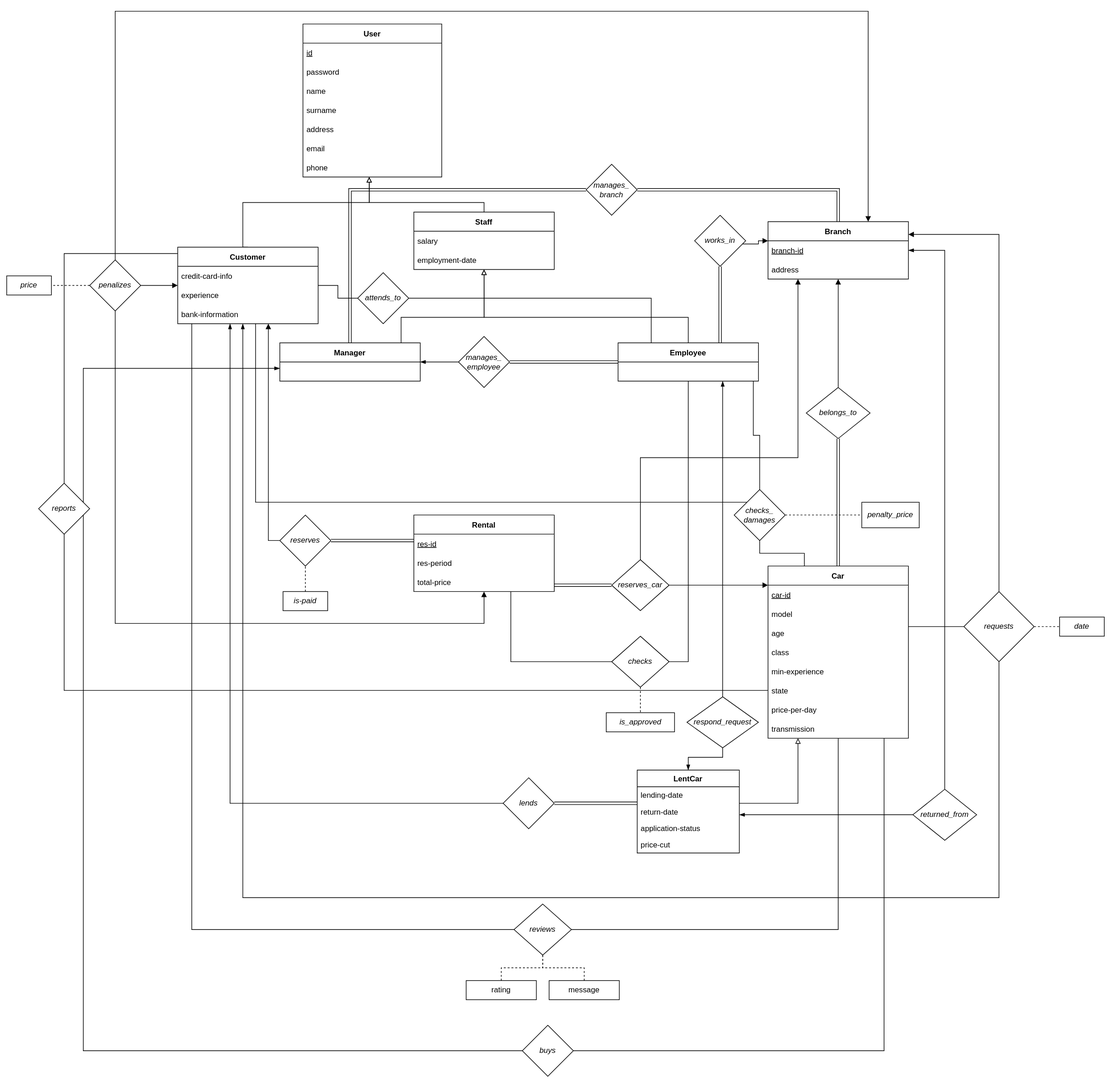
cs353rental/cs353rental.github.io keeps this draw.io diagram as resources/CS353_group-15_revised_ER.drawio.svg. Above is the earlier version. Source tidied: cells renumbered, new cells last; positions are measured from the earlier drawing's top-left corner, leaving out a move shared by most shapes.
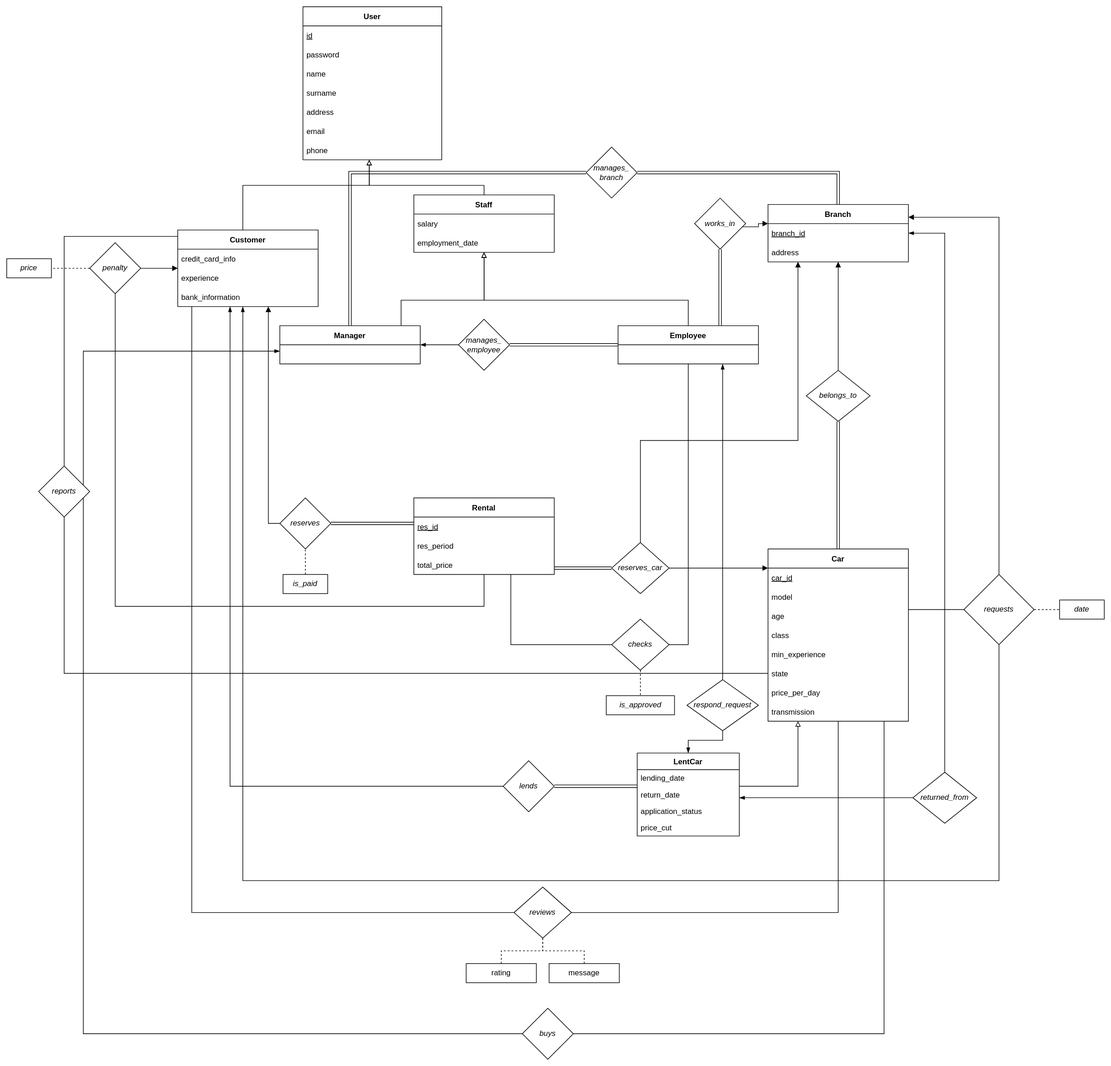
The same diagram one commit later.

Change to the diagram source:
```diff
@@ -38,31 +38,31 @@
     <mxCell id="11" value="Customer" style="swimlane;fontStyle=1;horizontal=1;startSize=30;" parent="1" vertex="1">
       <mxGeometry x="268" y="370" width="220" height="120" as="geometry" />
     </mxCell>
-    <mxCell id="12" value="credit-card-info" style="text;strokeColor=none;fillColor=none;align=left;verticalAlign=middle;spacingLeft=4;spacingRight=4;overflow=hidden;" parent="11" vertex="1">
+    <mxCell id="12" value="credit_card_info" style="text;strokeColor=none;fillColor=none;align=left;verticalAlign=middle;spacingLeft=4;spacingRight=4;overflow=hidden;" parent="11" vertex="1">
       <mxGeometry y="30" width="220" height="30" as="geometry" />
     </mxCell>
     <mxCell id="13" value="experience" style="text;strokeColor=none;fillColor=none;align=left;verticalAlign=middle;spacingLeft=4;spacingRight=4;overflow=hidden;" parent="11" vertex="1">
       <mxGeometry y="60" width="220" height="30" as="geometry" />
     </mxCell>
-    <mxCell id="14" value="bank-information" style="text;strokeColor=none;fillColor=none;align=left;verticalAlign=middle;spacingLeft=4;spacingRight=4;overflow=hidden;" parent="11" vertex="1">
+    <mxCell id="14" value="bank_information" style="text;strokeColor=none;fillColor=none;align=left;verticalAlign=middle;spacingLeft=4;spacingRight=4;overflow=hidden;" parent="11" vertex="1">
       <mxGeometry y="90" width="220" height="30" as="geometry" />
     </mxCell>
     <mxCell id="15" value="Rental" style="swimlane;fontStyle=1;horizontal=1;startSize=30;" parent="1" vertex="1">
       <mxGeometry x="638" y="790" width="220" height="120" as="geometry" />
     </mxCell>
-    <mxCell id="16" value="res-id" style="text;strokeColor=none;fillColor=none;align=left;verticalAlign=middle;spacingLeft=4;spacingRight=4;overflow=hidden;fontStyle=4;" parent="15" vertex="1">
+    <mxCell id="16" value="res_id" style="text;strokeColor=none;fillColor=none;align=left;verticalAlign=middle;spacingLeft=4;spacingRight=4;overflow=hidden;fontStyle=4;" parent="15" vertex="1">
       <mxGeometry y="30" width="220" height="30" as="geometry" />
     </mxCell>
-    <mxCell id="17" value="res-period" style="text;strokeColor=none;fillColor=none;align=left;verticalAlign=middle;spacingLeft=4;spacingRight=4;overflow=hidden;" parent="15" vertex="1">
+    <mxCell id="17" value="res_period" style="text;strokeColor=none;fillColor=none;align=left;verticalAlign=middle;spacingLeft=4;spacingRight=4;overflow=hidden;" parent="15" vertex="1">
       <mxGeometry y="60" width="220" height="30" as="geometry" />
     </mxCell>
-    <mxCell id="18" value="total-price" style="text;strokeColor=none;fillColor=none;align=left;verticalAlign=middle;spacingLeft=4;spacingRight=4;overflow=hidden;" parent="15" vertex="1">
+    <mxCell id="18" value="total_price" style="text;strokeColor=none;fillColor=none;align=left;verticalAlign=middle;spacingLeft=4;spacingRight=4;overflow=hidden;" parent="15" vertex="1">
       <mxGeometry y="90" width="220" height="30" as="geometry" />
     </mxCell>
     <mxCell id="19" value="Car" style="swimlane;fontStyle=1;horizontal=1;startSize=30;" parent="1" vertex="1">
       <mxGeometry x="1193" y="870" width="220" height="270" as="geometry" />
     </mxCell>
-    <mxCell id="20" value="car-id" style="text;strokeColor=none;fillColor=none;align=left;verticalAlign=middle;spacingLeft=4;spacingRight=4;overflow=hidden;fontStyle=4;" parent="19" vertex="1">
+    <mxCell id="20" value="car_id" style="text;strokeColor=none;fillColor=none;align=left;verticalAlign=middle;spacingLeft=4;spacingRight=4;overflow=hidden;fontStyle=4;" parent="19" vertex="1">
       <mxGeometry y="30" width="220" height="30" as="geometry" />
     </mxCell>
     <mxCell id="21" value="model" style="text;strokeColor=none;fillColor=none;align=left;verticalAlign=middle;spacingLeft=4;spacingRight=4;overflow=hidden;" parent="19" vertex="1">
@@ -74,13 +74,13 @@
     <mxCell id="23" value="class" style="text;strokeColor=none;fillColor=none;align=left;verticalAlign=middle;spacingLeft=4;spacingRight=4;overflow=hidden;" parent="19" vertex="1">
       <mxGeometry y="120" width="220" height="30" as="geometry" />
     </mxCell>
-    <mxCell id="24" value="min-experience" style="text;strokeColor=none;fillColor=none;align=left;verticalAlign=middle;spacingLeft=4;spacingRight=4;overflow=hidden;" parent="19" vertex="1">
+    <mxCell id="24" value="min_experience" style="text;strokeColor=none;fillColor=none;align=left;verticalAlign=middle;spacingLeft=4;spacingRight=4;overflow=hidden;" parent="19" vertex="1">
       <mxGeometry y="150" width="220" height="30" as="geometry" />
     </mxCell>
     <mxCell id="25" value="state" style="text;strokeColor=none;fillColor=none;align=left;verticalAlign=middle;spacingLeft=4;spacingRight=4;overflow=hidden;points=[[0,0.5],[1,0.5]];portConstraint=eastwest;" parent="19" vertex="1">
       <mxGeometry y="180" width="220" height="30" as="geometry" />
     </mxCell>
-    <mxCell id="26" value="price-per-day" style="text;strokeColor=none;fillColor=none;align=left;verticalAlign=middle;spacingLeft=4;spacingRight=4;overflow=hidden;" parent="19" vertex="1">
+    <mxCell id="26" value="price_per_day" style="text;strokeColor=none;fillColor=none;align=left;verticalAlign=middle;spacingLeft=4;spacingRight=4;overflow=hidden;" parent="19" vertex="1">
       <mxGeometry y="210" width="220" height="30" as="geometry" />
     </mxCell>
     <mxCell id="27" value="transmission" style="text;strokeColor=none;fillColor=none;align=left;verticalAlign=middle;spacingLeft=4;spacingRight=4;overflow=hidden;points=[[0,0.5],[1,0.5]];portConstraint=eastwest;" parent="19" vertex="1">
@@ -109,21 +109,13 @@
     <mxCell id="31" value="salary" style="text;strokeColor=none;fillColor=none;align=left;verticalAlign=middle;spacingLeft=4;spacingRight=4;overflow=hidden;" parent="30" vertex="1">
       <mxGeometry y="30" width="220" height="30" as="geometry" />
     </mxCell>
-    <mxCell id="32" value="employment-date" style="text;strokeColor=none;fillColor=none;align=left;verticalAlign=middle;spacingLeft=4;spacingRight=4;overflow=hidden;" parent="30" vertex="1">
+    <mxCell id="32" value="employment_date" style="text;strokeColor=none;fillColor=none;align=left;verticalAlign=middle;spacingLeft=4;spacingRight=4;overflow=hidden;" parent="30" vertex="1">
       <mxGeometry y="60" width="220" height="30" as="geometry" />
     </mxCell>
-    <mxCell id="33" style="edgeStyle=orthogonalEdgeStyle;rounded=0;jettySize=auto;html=1;entryX=0.5;entryY=0;entryDx=0;entryDy=0;startArrow=block;startFill=1;endArrow=none;endFill=0;" parent="1" edge="1" source="34" target="72">
-      <mxGeometry relative="1" as="geometry">
-        <Array as="points">
-          <mxPoint x="1350" />
-          <mxPoint x="170" />
-        </Array>
-      </mxGeometry>
-    </mxCell>
     <mxCell id="34" value="Branch" style="swimlane;fontStyle=1;horizontal=1;startSize=30;" parent="1" vertex="1">
       <mxGeometry x="1193" y="330" width="220" height="90" as="geometry" />
     </mxCell>
-    <mxCell id="35" value="branch-id" style="text;strokeColor=none;fillColor=none;align=left;verticalAlign=middle;spacingLeft=4;spacingRight=4;overflow=hidden;fontStyle=4;" parent="34" vertex="1">
+    <mxCell id="35" value="branch_id" style="text;strokeColor=none;fillColor=none;align=left;verticalAlign=middle;spacingLeft=4;spacingRight=4;overflow=hidden;fontStyle=4;" parent="34" vertex="1">
       <mxGeometry y="30" width="220" height="30" as="geometry" />
     </mxCell>
     <mxCell id="36" value="address" style="text;strokeColor=none;fillColor=none;align=left;verticalAlign=middle;spacingLeft=4;spacingRight=4;overflow=hidden;fontStyle=0;" parent="34" vertex="1">
@@ -153,21 +145,6 @@
     <mxCell id="41" style="edgeStyle=orthogonalEdgeStyle;rounded=0;jettySize=auto;html=1;startArrow=none;startFill=0;endArrow=none;endFill=0;entryX=1;entryY=0.5;entryDx=0;entryDy=0;" parent="1" edge="1" source="44" target="83">
       <mxGeometry relative="1" as="geometry" />
     </mxCell>
-    <mxCell id="42" style="edgeStyle=orthogonalEdgeStyle;rounded=0;jettySize=auto;html=1;startArrow=none;startFill=0;endArrow=none;endFill=0;" parent="1" edge="1" source="44" target="85">
-      <mxGeometry relative="1" as="geometry">
-        <Array as="points">
-          <mxPoint x="1010" y="450" />
-        </Array>
-      </mxGeometry>
-    </mxCell>
-    <mxCell id="43" style="edgeStyle=orthogonalEdgeStyle;rounded=0;jettySize=auto;html=1;startArrow=none;startFill=0;endArrow=none;endFill=0;" parent="1" edge="1" source="44" target="89">
-      <mxGeometry relative="1" as="geometry">
-        <Array as="points">
-          <mxPoint x="1170" y="665" />
-          <mxPoint x="1180" y="665" />
-        </Array>
-      </mxGeometry>
-    </mxCell>
     <mxCell id="44" value="Employee" style="swimlane;fontStyle=1;horizontal=1;startSize=30;" parent="1" vertex="1">
       <mxGeometry x="958" y="520" width="220" height="60" as="geometry" />
     </mxCell>
@@ -308,7 +285,7 @@
         </Array>
       </mxGeometry>
     </mxCell>
-    <mxCell id="70" style="edgeStyle=orthogonalEdgeStyle;rounded=0;jettySize=auto;html=1;startArrow=none;startFill=0;endArrow=block;endFill=1;" parent="1" edge="1" source="72" target="15">
+    <mxCell id="70" style="edgeStyle=orthogonalEdgeStyle;rounded=0;jettySize=auto;html=1;startArrow=none;startFill=0;endArrow=none;endFill=0;" parent="1" edge="1" source="72" target="15">
       <mxGeometry relative="1" as="geometry">
         <Array as="points">
           <mxPoint x="170" y="960" />
@@ -319,7 +296,7 @@
     <mxCell id="71" style="edgeStyle=orthogonalEdgeStyle;rounded=0;jettySize=auto;html=1;startArrow=none;startFill=0;endArrow=none;endFill=0;dashed=1;" parent="1" edge="1" source="72" target="73">
       <mxGeometry relative="1" as="geometry" />
     </mxCell>
-    <mxCell id="72" value="&lt;span style=&quot;font-weight: normal&quot;&gt;&lt;i&gt;penalizes&lt;/i&gt;&lt;/span&gt;" style="rhombus;whiteSpace=wrap;html=1;fontStyle=1;startSize=30;" parent="1" vertex="1">
+    <mxCell id="72" value="&lt;span style=&quot;font-weight: normal&quot;&gt;&lt;i&gt;penalty&lt;/i&gt;&lt;/span&gt;" style="rhombus;whiteSpace=wrap;html=1;fontStyle=1;startSize=30;" parent="1" vertex="1">
       <mxGeometry x="130" y="390" width="80" height="80" as="geometry" />
     </mxCell>
     <mxCell id="73" value="&lt;i style=&quot;font-weight: normal&quot;&gt;price&lt;/i&gt;" style="whiteSpace=wrap;html=1;fontStyle=1;startSize=30;" parent="1" vertex="1">
@@ -363,36 +340,6 @@
     <mxCell id="83" value="&lt;span style=&quot;font-weight: normal&quot;&gt;&lt;i&gt;checks&lt;/i&gt;&lt;/span&gt;" style="rhombus;whiteSpace=wrap;html=1;fontStyle=1;startSize=30;" parent="1" vertex="1">
       <mxGeometry x="948" y="980" width="90" height="80" as="geometry" />
     </mxCell>
-    <mxCell id="84" style="edgeStyle=orthogonalEdgeStyle;rounded=0;jettySize=auto;html=1;startArrow=none;startFill=0;endArrow=none;endFill=0;" parent="1" edge="1" source="85" target="11">
-      <mxGeometry relative="1" as="geometry" />
-    </mxCell>
-    <mxCell id="85" value="&lt;span style=&quot;font-weight: normal&quot;&gt;&lt;i&gt;attends_to&lt;/i&gt;&lt;/span&gt;" style="rhombus;whiteSpace=wrap;html=1;fontStyle=1;startSize=30;" parent="1" vertex="1">
-      <mxGeometry x="550" y="410" width="80" height="80" as="geometry" />
-    </mxCell>
-    <mxCell id="86" style="edgeStyle=orthogonalEdgeStyle;rounded=0;jettySize=auto;html=1;exitX=0.5;exitY=1;exitDx=0;exitDy=0;startArrow=none;startFill=0;endArrow=none;endFill=0;" parent="1" edge="1" source="89" target="19">
-      <mxGeometry relative="1" as="geometry">
-        <Array as="points">
-          <mxPoint x="1180" y="850" />
-          <mxPoint x="1250" y="850" />
-        </Array>
-      </mxGeometry>
-    </mxCell>
-    <mxCell id="87" style="edgeStyle=orthogonalEdgeStyle;rounded=0;jettySize=auto;html=1;startArrow=none;startFill=0;endArrow=none;endFill=0;" parent="1" edge="1" source="89" target="11">
-      <mxGeometry relative="1" as="geometry">
-        <Array as="points">
-          <mxPoint x="390" y="770" />
-        </Array>
-      </mxGeometry>
-    </mxCell>
-    <mxCell id="88" style="edgeStyle=orthogonalEdgeStyle;rounded=0;jettySize=auto;html=1;dashed=1;startArrow=none;startFill=0;endArrow=none;endFill=0;" parent="1" edge="1" source="89" target="90">
-      <mxGeometry relative="1" as="geometry" />
-    </mxCell>
-    <mxCell id="89" value="&lt;span style=&quot;font-weight: normal&quot;&gt;&lt;i&gt;checks_&lt;br&gt;damages&lt;/i&gt;&lt;/span&gt;" style="rhombus;whiteSpace=wrap;html=1;fontStyle=1;startSize=30;" parent="1" vertex="1">
-      <mxGeometry x="1140" y="750" width="80" height="80" as="geometry" />
-    </mxCell>
-    <mxCell id="90" value="&lt;span style=&quot;font-weight: normal&quot;&gt;penalty_price&lt;/span&gt;" style="whiteSpace=wrap;html=1;fontStyle=3;startSize=30;" parent="1" vertex="1">
-      <mxGeometry x="1340" y="770" width="90" height="40" as="geometry" />
-    </mxCell>
     <mxCell id="91" style="edgeStyle=orthogonalEdgeStyle;rounded=0;jettySize=auto;html=1;entryX=0.827;entryY=1;entryDx=0;entryDy=0;entryPerimeter=0;startArrow=none;startFill=0;endArrow=none;endFill=0;" parent="1" edge="1" source="92" target="27">
       <mxGeometry relative="1" as="geometry">
         <Array as="points">
@@ -432,16 +379,16 @@
     <mxCell id="99" value="LentCar" style="swimlane;fontStyle=1;align=center;verticalAlign=top;horizontal=1;startSize=26;" parent="1" vertex="1">
       <mxGeometry x="988" y="1190" width="160" height="130" as="geometry" />
     </mxCell>
-    <mxCell id="100" value="lending-date" style="text;strokeColor=none;fillColor=none;align=left;verticalAlign=top;spacingLeft=4;spacingRight=4;overflow=hidden;" parent="99" vertex="1">
+    <mxCell id="100" value="lending_date" style="text;strokeColor=none;fillColor=none;align=left;verticalAlign=top;spacingLeft=4;spacingRight=4;overflow=hidden;" parent="99" vertex="1">
       <mxGeometry y="26" width="160" height="26" as="geometry" />
     </mxCell>
-    <mxCell id="101" value="return-date" style="text;strokeColor=none;fillColor=none;align=left;verticalAlign=top;spacingLeft=4;spacingRight=4;overflow=hidden;" parent="99" vertex="1">
+    <mxCell id="101" value="return_date" style="text;strokeColor=none;fillColor=none;align=left;verticalAlign=top;spacingLeft=4;spacingRight=4;overflow=hidden;" parent="99" vertex="1">
       <mxGeometry y="52" width="160" height="26" as="geometry" />
     </mxCell>
-    <mxCell id="102" value="application-status" style="text;strokeColor=none;fillColor=none;align=left;verticalAlign=top;spacingLeft=4;spacingRight=4;overflow=hidden;" parent="99" vertex="1">
+    <mxCell id="102" value="application_status" style="text;strokeColor=none;fillColor=none;align=left;verticalAlign=top;spacingLeft=4;spacingRight=4;overflow=hidden;" parent="99" vertex="1">
       <mxGeometry y="78" width="160" height="26" as="geometry" />
     </mxCell>
-    <mxCell id="103" value="price-cut" style="text;strokeColor=none;fillColor=none;align=left;verticalAlign=top;spacingLeft=4;spacingRight=4;overflow=hidden;" parent="99" vertex="1">
+    <mxCell id="103" value="price_cut" style="text;strokeColor=none;fillColor=none;align=left;verticalAlign=top;spacingLeft=4;spacingRight=4;overflow=hidden;" parent="99" vertex="1">
       <mxGeometry y="104" width="160" height="26" as="geometry" />
     </mxCell>
     <mxCell id="104" style="edgeStyle=orthogonalEdgeStyle;rounded=0;jettySize=auto;html=1;startArrow=none;startFill=0;endArrow=blockThin;endFill=1;shape=link;" parent="1" edge="1" source="106" target="99">
@@ -494,7 +441,7 @@
     <mxCell id="112" style="edgeStyle=orthogonalEdgeStyle;rounded=0;jettySize=auto;html=1;strokeColor=default;endArrow=none;endFill=0;dashed=1;" parent="1" edge="1" source="113" target="49">
       <mxGeometry relative="1" as="geometry" />
     </mxCell>
-    <mxCell id="113" value="&lt;i style=&quot;font-weight: normal&quot;&gt;is-paid&lt;/i&gt;" style="whiteSpace=wrap;html=1;fontStyle=1;startSize=30;" parent="1" vertex="1">
+    <mxCell id="113" value="&lt;i style=&quot;font-weight: normal&quot;&gt;is_paid&lt;/i&gt;" style="whiteSpace=wrap;html=1;fontStyle=1;startSize=30;" parent="1" vertex="1">
       <mxGeometry x="433" y="910" width="70" height="30" as="geometry" />
     </mxCell>
   </root>
```
